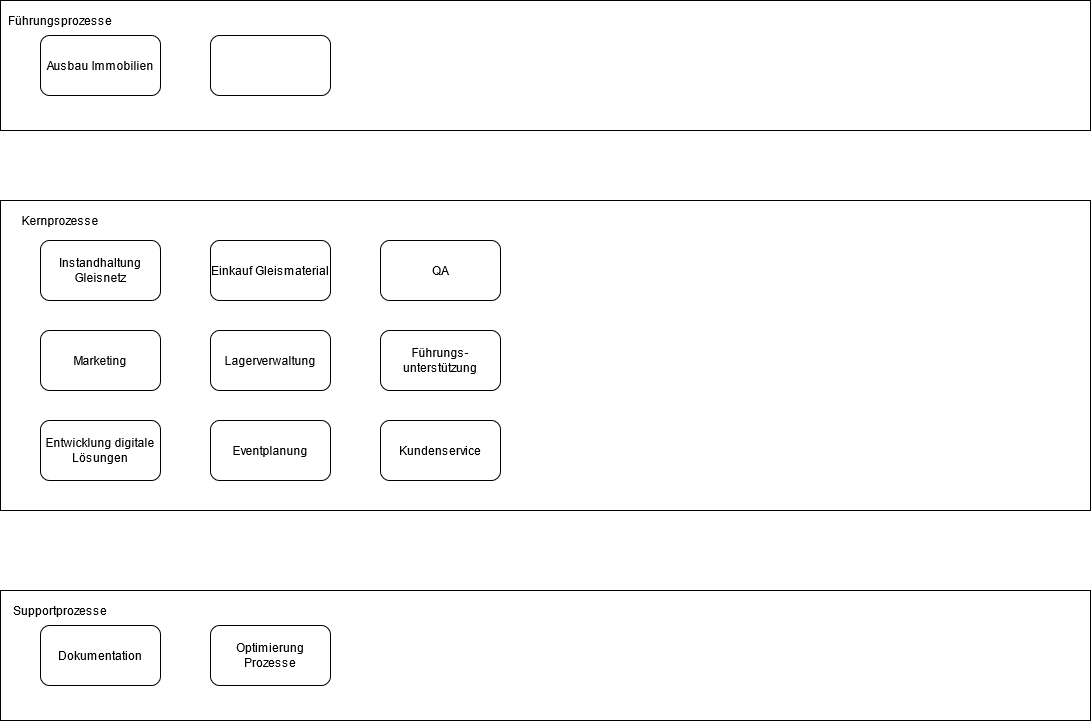
This is ProzessMAP_A4.png from MokthecoolWok/m254, a draw.io export, as it was before one commit. Source tidied: cells renumbered, new cells last; positions are measured from the earlier drawing's top-left corner, leaving out a move shared by most shapes. The source it was exported from:
```xml
<mxGraphModel>
  <root>
    <mxCell id="0" />
    <mxCell id="1" parent="0" />
    <mxCell id="2" style="group;" parent="1" vertex="1">
      <mxGeometry y="200" width="1090" height="310" as="geometry" />
    </mxCell>
    <mxCell id="3" style="rounded=0;whiteSpace=wrap;html=1;" parent="2" vertex="1">
      <mxGeometry width="1090" height="310" as="geometry" />
    </mxCell>
    <mxCell id="4" value="Kernprozesse" style="text;html=1;strokeColor=none;fillColor=none;align=center;verticalAlign=middle;whiteSpace=wrap;rounded=0;" parent="2" vertex="1">
      <mxGeometry width="120" height="40" as="geometry" />
    </mxCell>
    <mxCell id="5" value="Instandhaltung Gleisnetz" style="rounded=1;whiteSpace=wrap;html=1;" parent="2" vertex="1">
      <mxGeometry x="40" y="40" width="120" height="60" as="geometry" />
    </mxCell>
    <mxCell id="6" value="Marketing" style="rounded=1;whiteSpace=wrap;html=1;" parent="2" vertex="1">
      <mxGeometry x="40" y="130" width="120" height="60" as="geometry" />
    </mxCell>
    <mxCell id="7" value="Entwicklung digitale Lösungen" style="rounded=1;whiteSpace=wrap;html=1;" parent="2" vertex="1">
      <mxGeometry x="40" y="220" width="120" height="60" as="geometry" />
    </mxCell>
    <mxCell id="8" value="Einkauf Gleismaterial" style="rounded=1;whiteSpace=wrap;html=1;" parent="2" vertex="1">
      <mxGeometry x="210" y="40" width="120" height="60" as="geometry" />
    </mxCell>
    <mxCell id="9" value="Lagerverwaltung" style="rounded=1;whiteSpace=wrap;html=1;" parent="2" vertex="1">
      <mxGeometry x="210" y="130" width="120" height="60" as="geometry" />
    </mxCell>
    <mxCell id="10" value="Eventplanung" style="rounded=1;whiteSpace=wrap;html=1;" parent="2" vertex="1">
      <mxGeometry x="210" y="220" width="120" height="60" as="geometry" />
    </mxCell>
    <mxCell id="11" value="QA" style="rounded=1;whiteSpace=wrap;html=1;" parent="2" vertex="1">
      <mxGeometry x="380" y="40" width="120" height="60" as="geometry" />
    </mxCell>
    <mxCell id="12" value="Führungs-unterstützung" style="rounded=1;whiteSpace=wrap;html=1;" parent="2" vertex="1">
      <mxGeometry x="380" y="130" width="120" height="60" as="geometry" />
    </mxCell>
    <mxCell id="13" value="Kundenservice" style="rounded=1;whiteSpace=wrap;html=1;" parent="2" vertex="1">
      <mxGeometry x="380" y="220" width="120" height="60" as="geometry" />
    </mxCell>
    <mxCell id="14" style="group;" parent="1" vertex="1">
      <mxGeometry width="1090" height="130" as="geometry" />
    </mxCell>
    <mxCell id="15" style="rounded=0;whiteSpace=wrap;html=1;" parent="14" vertex="1">
      <mxGeometry width="1090" height="130" as="geometry" />
    </mxCell>
    <mxCell id="16" value="Führungsprozesse" style="text;html=1;strokeColor=none;fillColor=none;align=center;verticalAlign=middle;whiteSpace=wrap;rounded=0;" parent="14" vertex="1">
      <mxGeometry width="120" height="40" as="geometry" />
    </mxCell>
    <mxCell id="17" value="Ausbau Immobilien" style="rounded=1;whiteSpace=wrap;html=1;" parent="14" vertex="1">
      <mxGeometry x="40" y="35" width="120" height="60" as="geometry" />
    </mxCell>
    <mxCell id="18" style="rounded=1;whiteSpace=wrap;html=1;" parent="14" vertex="1">
      <mxGeometry x="210" y="35" width="120" height="60" as="geometry" />
    </mxCell>
    <mxCell id="19" style="group;" parent="1" vertex="1">
      <mxGeometry y="590" width="1090" height="130" as="geometry" />
    </mxCell>
    <mxCell id="20" style="rounded=0;whiteSpace=wrap;html=1;" parent="19" vertex="1">
      <mxGeometry width="1090" height="130" as="geometry" />
    </mxCell>
    <mxCell id="21" value="Supportprozesse" style="text;html=1;strokeColor=none;fillColor=none;align=center;verticalAlign=middle;whiteSpace=wrap;rounded=0;" parent="19" vertex="1">
      <mxGeometry width="120" height="40" as="geometry" />
    </mxCell>
    <mxCell id="22" value="Dokumentation" style="rounded=1;whiteSpace=wrap;html=1;" parent="19" vertex="1">
      <mxGeometry x="40" y="35" width="120" height="60" as="geometry" />
    </mxCell>
    <mxCell id="23" value="Optimierung Prozesse" style="rounded=1;whiteSpace=wrap;html=1;" parent="19" vertex="1">
      <mxGeometry x="210" y="35" width="120" height="60" as="geometry" />
    </mxCell>
  </root>
</mxGraphModel>
```
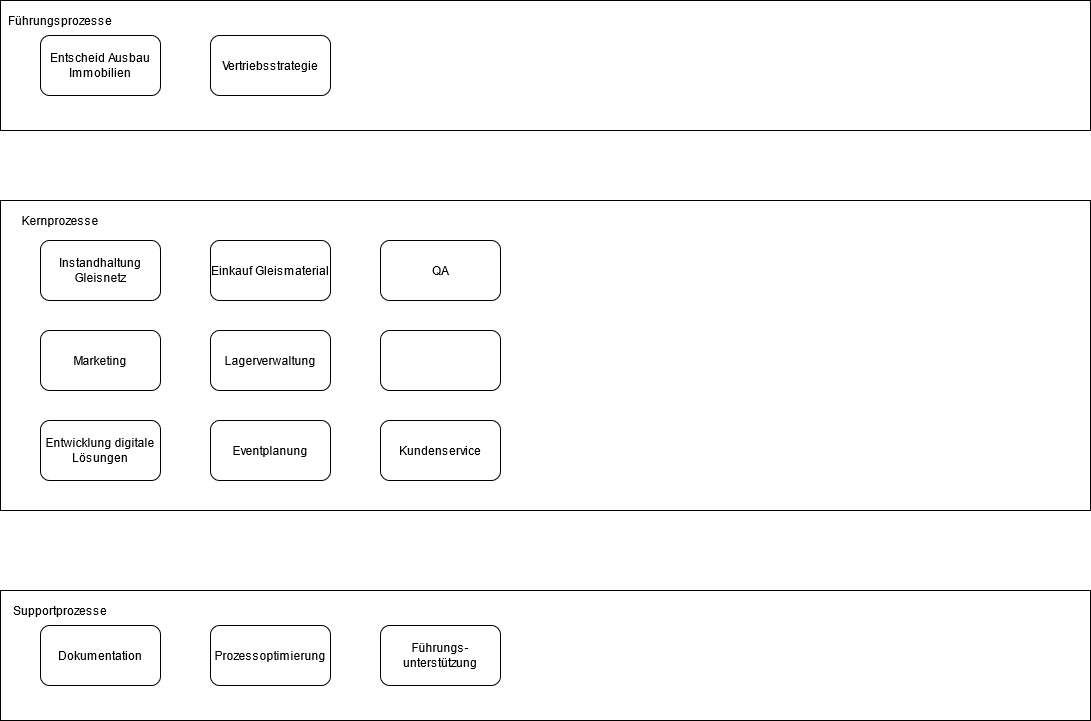
The same diagram one commit later.

The edit, as a diff of the source:
```diff
@@ -32,12 +32,12 @@
     <mxCell id="11" value="QA" style="rounded=1;whiteSpace=wrap;html=1;" parent="2" vertex="1">
       <mxGeometry x="380" y="40" width="120" height="60" as="geometry" />
     </mxCell>
-    <mxCell id="12" value="Führungs-unterstützung" style="rounded=1;whiteSpace=wrap;html=1;" parent="2" vertex="1">
-      <mxGeometry x="380" y="130" width="120" height="60" as="geometry" />
-    </mxCell>
     <mxCell id="13" value="Kundenservice" style="rounded=1;whiteSpace=wrap;html=1;" parent="2" vertex="1">
       <mxGeometry x="380" y="220" width="120" height="60" as="geometry" />
     </mxCell>
+    <mxCell id="24" style="rounded=1;whiteSpace=wrap;html=1;" parent="2" vertex="1">
+      <mxGeometry x="380" y="130" width="120" height="60" as="geometry" />
+    </mxCell>
     <mxCell id="14" style="group;" parent="1" vertex="1">
       <mxGeometry width="1090" height="130" as="geometry" />
     </mxCell>
@@ -47,10 +47,10 @@
     <mxCell id="16" value="Führungsprozesse" style="text;html=1;strokeColor=none;fillColor=none;align=center;verticalAlign=middle;whiteSpace=wrap;rounded=0;" parent="14" vertex="1">
       <mxGeometry width="120" height="40" as="geometry" />
     </mxCell>
-    <mxCell id="17" value="Ausbau Immobilien" style="rounded=1;whiteSpace=wrap;html=1;" parent="14" vertex="1">
+    <mxCell id="17" value="Entscheid Ausbau Immobilien" style="rounded=1;whiteSpace=wrap;html=1;" parent="14" vertex="1">
       <mxGeometry x="40" y="35" width="120" height="60" as="geometry" />
     </mxCell>
-    <mxCell id="18" style="rounded=1;whiteSpace=wrap;html=1;" parent="14" vertex="1">
+    <mxCell id="18" value="Vertriebsstrategie" style="rounded=1;whiteSpace=wrap;html=1;" parent="14" vertex="1">
       <mxGeometry x="210" y="35" width="120" height="60" as="geometry" />
     </mxCell>
     <mxCell id="19" style="group;" parent="1" vertex="1">
@@ -65,8 +65,11 @@
     <mxCell id="22" value="Dokumentation" style="rounded=1;whiteSpace=wrap;html=1;" parent="19" vertex="1">
       <mxGeometry x="40" y="35" width="120" height="60" as="geometry" />
     </mxCell>
-    <mxCell id="23" value="Optimierung Prozesse" style="rounded=1;whiteSpace=wrap;html=1;" parent="19" vertex="1">
+    <mxCell id="23" value="Prozessoptimierung" style="rounded=1;whiteSpace=wrap;html=1;" parent="19" vertex="1">
       <mxGeometry x="210" y="35" width="120" height="60" as="geometry" />
     </mxCell>
+    <mxCell id="12" value="Führungs-unterstützung" style="rounded=1;whiteSpace=wrap;html=1;" parent="19" vertex="1">
+      <mxGeometry x="380" y="35" width="120" height="60" as="geometry" />
+    </mxCell>
   </root>
 </mxGraphModel>
```
